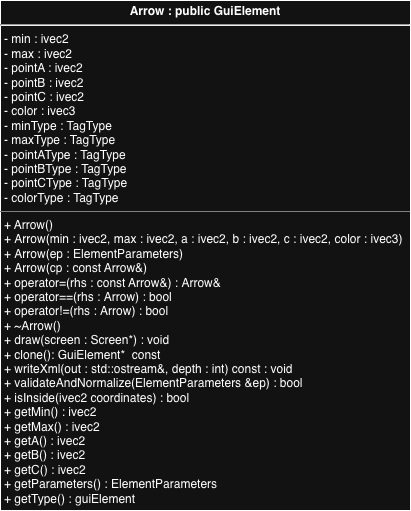
The draw.io diagram images/Arrow_UML.png in cgreen2048/ArtHuddle, before a commit. Source tidied: cells renumbered, new cells last; positions are measured from the earlier drawing's top-left corner, leaving out a move shared by most shapes.
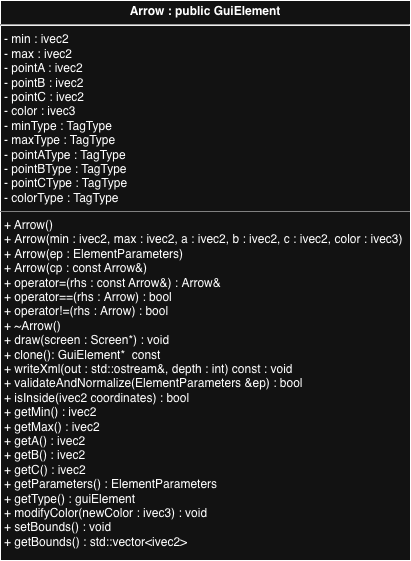
Above is the later version.

What changed in the source:
```diff
@@ -2,8 +2,8 @@
   <root>
     <mxCell id="0" />
     <mxCell id="1" parent="0" />
-    <mxCell id="2" value="&lt;p style=&quot;margin:0px;margin-top:4px;text-align:center;&quot;&gt;&lt;b&gt;Arrow : public GuiElement&lt;/b&gt;&lt;/p&gt;&lt;hr&gt;&lt;p style=&quot;margin:0px;margin-left:4px;&quot;&gt;&lt;span style=&quot;background-color: transparent; color: light-dark(rgb(0, 0, 0), rgb(255, 255, 255));&quot;&gt;- min : ivec2&lt;/span&gt;&lt;/p&gt;&lt;p style=&quot;margin:0px;margin-left:4px;&quot;&gt;&lt;span style=&quot;background-color: transparent; color: light-dark(rgb(0, 0, 0), rgb(255, 255, 255));&quot;&gt;- max : ivec2&lt;/span&gt;&lt;/p&gt;&lt;p style=&quot;margin:0px;margin-left:4px;&quot;&gt;&lt;span style=&quot;background-color: transparent; color: light-dark(rgb(0, 0, 0), rgb(255, 255, 255));&quot;&gt;- pointA : ivec2&lt;/span&gt;&lt;/p&gt;&lt;p style=&quot;margin:0px;margin-left:4px;&quot;&gt;- pointB : ivec2&lt;/p&gt;&lt;p style=&quot;margin:0px;margin-left:4px;&quot;&gt;- pointC : ivec2&lt;/p&gt;&lt;p style=&quot;margin:0px;margin-left:4px;&quot;&gt;- color : ivec3&lt;br&gt;&lt;/p&gt;&lt;p style=&quot;margin:0px;margin-left:4px;&quot;&gt;- minType : TagType&lt;/p&gt;&lt;p style=&quot;margin:0px;margin-left:4px;&quot;&gt;- maxType : TagType&lt;/p&gt;&lt;p style=&quot;margin:0px;margin-left:4px;&quot;&gt;- pointA&lt;span style=&quot;background-color: transparent;&quot;&gt;Type : TagType&lt;/span&gt;&lt;/p&gt;&lt;p style=&quot;margin:0px;margin-left:4px;&quot;&gt;&lt;span style=&quot;white-space: normal;&quot;&gt;- pointBType : TagType&lt;/span&gt;&lt;/p&gt;&lt;p style=&quot;margin:0px;margin-left:4px;&quot;&gt;- pointCType : TagType&lt;/p&gt;&lt;p style=&quot;margin:0px;margin-left:4px;&quot;&gt;&lt;span style=&quot;white-space: normal;&quot;&gt;- colorType : TagType&lt;/span&gt;&lt;/p&gt;&lt;hr size=&quot;1&quot; style=&quot;border-style:solid;&quot;&gt;&lt;p style=&quot;margin:0px;margin-left:4px;&quot;&gt;+ Arrow()&lt;/p&gt;&lt;p style=&quot;margin:0px;margin-left:4px;&quot;&gt;&lt;span style=&quot;background-color: transparent; color: light-dark(rgb(0, 0, 0), rgb(255, 255, 255));&quot;&gt;+&lt;/span&gt;&lt;span style=&quot;background-color: transparent; color: light-dark(rgb(0, 0, 0), rgb(255, 255, 255));&quot;&gt;&amp;nbsp;&lt;/span&gt;Arrow(min : ivec2, max : ivec2, a : ivec2, b : ivec2, c : ivec2, color : ivec3)&lt;/p&gt;&lt;p style=&quot;margin:0px;margin-left:4px;&quot;&gt;&lt;span style=&quot;background-color: transparent; color: light-dark(rgb(0, 0, 0), rgb(255, 255, 255));&quot;&gt;+&lt;/span&gt;&lt;span style=&quot;background-color: transparent; color: light-dark(rgb(0, 0, 0), rgb(255, 255, 255));&quot;&gt;&amp;nbsp;&lt;/span&gt;Arrow(ep : ElementParameters)&lt;/p&gt;&lt;p style=&quot;margin:0px;margin-left:4px;&quot;&gt;&lt;span style=&quot;background-color: transparent; color: light-dark(rgb(0, 0, 0), rgb(255, 255, 255));&quot;&gt;+&lt;/span&gt;&lt;span style=&quot;background-color: transparent; color: light-dark(rgb(0, 0, 0), rgb(255, 255, 255));&quot;&gt;&amp;nbsp;&lt;/span&gt;Arrow(cp :&amp;nbsp;&lt;span style=&quot;background-color: transparent; color: light-dark(rgb(0, 0, 0), rgb(255, 255, 255));&quot;&gt;const Arrow&amp;amp;&lt;/span&gt;&lt;span style=&quot;background-color: transparent; color: light-dark(rgb(0, 0, 0), rgb(255, 255, 255));&quot;&gt;)&lt;/span&gt;&lt;/p&gt;&lt;p style=&quot;margin:0px;margin-left:4px;&quot;&gt;&lt;span style=&quot;background-color: transparent; color: light-dark(rgb(0, 0, 0), rgb(255, 255, 255));&quot;&gt;+&lt;/span&gt;&lt;span style=&quot;background-color: transparent; color: light-dark(rgb(0, 0, 0), rgb(255, 255, 255));&quot;&gt;&amp;nbsp;&lt;/span&gt;&lt;span style=&quot;white-space: normal;&quot;&gt;operator=(rhs :&amp;nbsp;&lt;/span&gt;&lt;span style=&quot;background-color: transparent; color: light-dark(rgb(0, 0, 0), rgb(255, 255, 255));&quot;&gt;const Arrow&amp;amp;&lt;/span&gt;&lt;span style=&quot;background-color: transparent; color: light-dark(rgb(0, 0, 0), rgb(255, 255, 255));&quot;&gt;) :&amp;nbsp;&lt;/span&gt;&lt;span style=&quot;background-color: transparent; color: light-dark(rgb(0, 0, 0), rgb(255, 255, 255));&quot;&gt;Arrow&amp;amp;&lt;/span&gt;&lt;/p&gt;&lt;p style=&quot;margin:0px;margin-left:4px;&quot;&gt;&lt;span style=&quot;background-color: transparent; color: light-dark(rgb(0, 0, 0), rgb(255, 255, 255));&quot;&gt;+&lt;/span&gt;&lt;span style=&quot;background-color: transparent; color: light-dark(rgb(0, 0, 0), rgb(255, 255, 255));&quot;&gt;&amp;nbsp;&lt;/span&gt;&lt;span style=&quot;white-space: normal;&quot;&gt;operator==(rhs :&amp;nbsp;&lt;/span&gt;&lt;span style=&quot;background-color: transparent; color: light-dark(rgb(0, 0, 0), rgb(255, 255, 255));&quot;&gt;Arrow) :&amp;nbsp;&lt;/span&gt;&lt;span style=&quot;background-color: transparent; color: light-dark(rgb(0, 0, 0), rgb(255, 255, 255));&quot;&gt;bool&lt;/span&gt;&lt;/p&gt;&lt;p style=&quot;margin:0px;margin-left:4px;&quot;&gt;&lt;span style=&quot;background-color: transparent; color: light-dark(rgb(0, 0, 0), rgb(255, 255, 255));&quot;&gt;+&lt;/span&gt;&lt;span style=&quot;background-color: transparent; color: light-dark(rgb(0, 0, 0), rgb(255, 255, 255));&quot;&gt;&amp;nbsp;&lt;/span&gt;&lt;span style=&quot;white-space: normal;&quot;&gt;operator!=(rhs :&amp;nbsp;&lt;/span&gt;&lt;span style=&quot;background-color: transparent; color: light-dark(rgb(0, 0, 0), rgb(255, 255, 255));&quot;&gt;Arrow&lt;/span&gt;&lt;span style=&quot;background-color: transparent; color: light-dark(rgb(0, 0, 0), rgb(255, 255, 255));&quot;&gt;) :&amp;nbsp;&lt;/span&gt;&lt;span style=&quot;background-color: transparent; color: light-dark(rgb(0, 0, 0), rgb(255, 255, 255));&quot;&gt;bool&lt;/span&gt;&lt;/p&gt;&lt;p style=&quot;margin:0px;margin-left:4px;&quot;&gt;&lt;span style=&quot;background-color: transparent; color: light-dark(rgb(0, 0, 0), rgb(255, 255, 255));&quot;&gt;+&lt;/span&gt;&lt;span style=&quot;background-color: transparent; color: light-dark(rgb(0, 0, 0), rgb(255, 255, 255));&quot;&gt;&amp;nbsp;&lt;/span&gt;&lt;span style=&quot;white-space: normal;&quot;&gt;~Arrow()&lt;/span&gt;&lt;/p&gt;&lt;p style=&quot;margin:0px;margin-left:4px;&quot;&gt;&lt;span style=&quot;background-color: transparent; color: light-dark(rgb(0, 0, 0), rgb(255, 255, 255));&quot;&gt;+&lt;/span&gt;&lt;span style=&quot;background-color: transparent; color: light-dark(rgb(0, 0, 0), rgb(255, 255, 255));&quot;&gt;&amp;nbsp;&lt;/span&gt;draw(screen :&amp;nbsp;&lt;span style=&quot;background-color: transparent; color: light-dark(rgb(0, 0, 0), rgb(255, 255, 255));&quot;&gt;Screen*&lt;/span&gt;&lt;span style=&quot;background-color: transparent; color: light-dark(rgb(0, 0, 0), rgb(255, 255, 255));&quot;&gt;) : void&lt;/span&gt;&lt;/p&gt;&lt;p style=&quot;margin:0px;margin-left:4px;&quot;&gt;+ clone(): GuiElement*&amp;nbsp; const&amp;nbsp;&lt;span style=&quot;background-color: transparent; color: light-dark(rgb(0, 0, 0), rgb(255, 255, 255));&quot;&gt;&lt;/span&gt;&lt;/p&gt;&lt;p style=&quot;margin:0px;margin-left:4px;&quot;&gt;&lt;span style=&quot;background-color: transparent; color: light-dark(rgb(0, 0, 0), rgb(255, 255, 255));&quot;&gt;+&lt;/span&gt;&lt;span style=&quot;background-color: transparent; color: light-dark(rgb(0, 0, 0), rgb(255, 255, 255));&quot;&gt;&amp;nbsp;&lt;/span&gt;writeXml(out :&amp;nbsp;&lt;span style=&quot;background-color: transparent; color: light-dark(rgb(0, 0, 0), rgb(255, 255, 255));&quot;&gt;std::ostream&amp;amp;&lt;/span&gt;&lt;span style=&quot;background-color: transparent; color: light-dark(rgb(0, 0, 0), rgb(255, 255, 255));&quot;&gt;, depth :&amp;nbsp;&lt;/span&gt;&lt;span style=&quot;background-color: transparent; color: light-dark(rgb(0, 0, 0), rgb(255, 255, 255));&quot;&gt;int&lt;/span&gt;&lt;span style=&quot;background-color: transparent; color: light-dark(rgb(0, 0, 0), rgb(255, 255, 255));&quot;&gt;) const : void&lt;/span&gt;&lt;/p&gt;&lt;p style=&quot;margin:0px;margin-left:4px;&quot;&gt;&lt;span style=&quot;background-color: transparent; color: light-dark(rgb(0, 0, 0), rgb(255, 255, 255));&quot;&gt;+&lt;/span&gt;&lt;span style=&quot;background-color: transparent; color: light-dark(rgb(0, 0, 0), rgb(255, 255, 255));&quot;&gt;&amp;nbsp;&lt;/span&gt;validateAndNormalize(ElementParameters &amp;amp;ep) : boo&lt;span style=&quot;background-color: transparent; color: light-dark(rgb(0, 0, 0), rgb(255, 255, 255));&quot;&gt;l&lt;/span&gt;&lt;/p&gt;&lt;p style=&quot;margin:0px;margin-left:4px;&quot;&gt;&lt;span style=&quot;background-color: transparent; color: light-dark(rgb(0, 0, 0), rgb(255, 255, 255));&quot;&gt;+&lt;/span&gt;&lt;span style=&quot;background-color: transparent; color: light-dark(rgb(0, 0, 0), rgb(255, 255, 255));&quot;&gt;&amp;nbsp;&lt;/span&gt;isInside(ivec2 coordinates) : bool&lt;/p&gt;&lt;p style=&quot;margin:0px;margin-left:4px;&quot;&gt;&lt;span style=&quot;background-color: transparent; color: light-dark(rgb(0, 0, 0), rgb(255, 255, 255));&quot;&gt;+&lt;/span&gt;&lt;span style=&quot;background-color: transparent; color: light-dark(rgb(0, 0, 0), rgb(255, 255, 255));&quot;&gt;&amp;nbsp;&lt;/span&gt;getMin() : ivec2&lt;/p&gt;&lt;p style=&quot;margin:0px;margin-left:4px;&quot;&gt;&lt;span style=&quot;background-color: transparent; color: light-dark(rgb(0, 0, 0), rgb(255, 255, 255));&quot;&gt;+&lt;/span&gt;&lt;span style=&quot;background-color: transparent; color: light-dark(rgb(0, 0, 0), rgb(255, 255, 255));&quot;&gt;&amp;nbsp;&lt;/span&gt;getMax() : ivec2&lt;/p&gt;&lt;p style=&quot;margin:0px;margin-left:4px;&quot;&gt;&lt;span style=&quot;background-color: transparent; color: light-dark(rgb(0, 0, 0), rgb(255, 255, 255));&quot;&gt;+&lt;/span&gt;&lt;span style=&quot;background-color: transparent; color: light-dark(rgb(0, 0, 0), rgb(255, 255, 255));&quot;&gt;&amp;nbsp;&lt;/span&gt;getA() : ivec2&lt;/p&gt;&lt;p style=&quot;margin:0px;margin-left:4px;&quot;&gt;&lt;span style=&quot;background-color: transparent; color: light-dark(rgb(0, 0, 0), rgb(255, 255, 255));&quot;&gt;+&lt;/span&gt;&lt;span style=&quot;background-color: transparent; color: light-dark(rgb(0, 0, 0), rgb(255, 255, 255));&quot;&gt;&amp;nbsp;&lt;/span&gt;getB() : ivec2&lt;/p&gt;&lt;p style=&quot;margin:0px;margin-left:4px;&quot;&gt;&lt;span style=&quot;background-color: transparent;&quot;&gt;&lt;/span&gt;&lt;/p&gt;&lt;p style=&quot;margin:0px;margin-left:4px;&quot;&gt;&lt;span style=&quot;background-color: transparent; color: light-dark(rgb(0, 0, 0), rgb(255, 255, 255));&quot;&gt;+&lt;/span&gt;&lt;span style=&quot;background-color: transparent; color: light-dark(rgb(0, 0, 0), rgb(255, 255, 255));&quot;&gt;&amp;nbsp;&lt;/span&gt;getC() : ivec2&lt;/p&gt;&lt;p style=&quot;margin: 0px 0px 0px 4px;&quot;&gt;&lt;span style=&quot;background-color: transparent;&quot;&gt;+ getParameters() : ElementParameters&lt;/span&gt;&lt;/p&gt;&lt;p style=&quot;margin: 0px 0px 0px 4px;&quot;&gt;&lt;span style=&quot;background-color: transparent;&quot;&gt;+ getType() : guiElement&lt;/span&gt;&lt;/p&gt;" style="verticalAlign=top;align=left;overflow=fill;html=1;whiteSpace=wrap;" parent="1" vertex="1">
-      <mxGeometry width="410" height="510" as="geometry" />
+    <mxCell id="2" value="&lt;p style=&quot;margin:0px;margin-top:4px;text-align:center;&quot;&gt;&lt;b&gt;Arrow : public GuiElement&lt;/b&gt;&lt;/p&gt;&lt;hr&gt;&lt;p style=&quot;margin:0px;margin-left:4px;&quot;&gt;&lt;span style=&quot;background-color: transparent; color: light-dark(rgb(0, 0, 0), rgb(255, 255, 255));&quot;&gt;- min : ivec2&lt;/span&gt;&lt;/p&gt;&lt;p style=&quot;margin:0px;margin-left:4px;&quot;&gt;&lt;span style=&quot;background-color: transparent; color: light-dark(rgb(0, 0, 0), rgb(255, 255, 255));&quot;&gt;- max : ivec2&lt;/span&gt;&lt;/p&gt;&lt;p style=&quot;margin:0px;margin-left:4px;&quot;&gt;&lt;span style=&quot;background-color: transparent; color: light-dark(rgb(0, 0, 0), rgb(255, 255, 255));&quot;&gt;- pointA : ivec2&lt;/span&gt;&lt;/p&gt;&lt;p style=&quot;margin:0px;margin-left:4px;&quot;&gt;- pointB : ivec2&lt;/p&gt;&lt;p style=&quot;margin:0px;margin-left:4px;&quot;&gt;- pointC : ivec2&lt;/p&gt;&lt;p style=&quot;margin:0px;margin-left:4px;&quot;&gt;- color : ivec3&lt;br&gt;&lt;/p&gt;&lt;p style=&quot;margin:0px;margin-left:4px;&quot;&gt;- minType : TagType&lt;/p&gt;&lt;p style=&quot;margin:0px;margin-left:4px;&quot;&gt;- maxType : TagType&lt;/p&gt;&lt;p style=&quot;margin:0px;margin-left:4px;&quot;&gt;- pointA&lt;span style=&quot;background-color: transparent;&quot;&gt;Type : TagType&lt;/span&gt;&lt;/p&gt;&lt;p style=&quot;margin:0px;margin-left:4px;&quot;&gt;&lt;span style=&quot;white-space: normal;&quot;&gt;- pointBType : TagType&lt;/span&gt;&lt;/p&gt;&lt;p style=&quot;margin:0px;margin-left:4px;&quot;&gt;- pointCType : TagType&lt;/p&gt;&lt;p style=&quot;margin:0px;margin-left:4px;&quot;&gt;&lt;span style=&quot;white-space: normal;&quot;&gt;- colorType : TagType&lt;/span&gt;&lt;/p&gt;&lt;hr size=&quot;1&quot; style=&quot;border-style:solid;&quot;&gt;&lt;p style=&quot;margin:0px;margin-left:4px;&quot;&gt;+ Arrow()&lt;/p&gt;&lt;p style=&quot;margin:0px;margin-left:4px;&quot;&gt;&lt;span style=&quot;background-color: transparent; color: light-dark(rgb(0, 0, 0), rgb(255, 255, 255));&quot;&gt;+&lt;/span&gt;&lt;span style=&quot;background-color: transparent; color: light-dark(rgb(0, 0, 0), rgb(255, 255, 255));&quot;&gt;&amp;nbsp;&lt;/span&gt;Arrow(min : ivec2, max : ivec2, a : ivec2, b : ivec2, c : ivec2, color : ivec3)&lt;/p&gt;&lt;p style=&quot;margin:0px;margin-left:4px;&quot;&gt;&lt;span style=&quot;background-color: transparent; color: light-dark(rgb(0, 0, 0), rgb(255, 255, 255));&quot;&gt;+&lt;/span&gt;&lt;span style=&quot;background-color: transparent; color: light-dark(rgb(0, 0, 0), rgb(255, 255, 255));&quot;&gt;&amp;nbsp;&lt;/span&gt;Arrow(ep : ElementParameters)&lt;/p&gt;&lt;p style=&quot;margin:0px;margin-left:4px;&quot;&gt;&lt;span style=&quot;background-color: transparent; color: light-dark(rgb(0, 0, 0), rgb(255, 255, 255));&quot;&gt;+&lt;/span&gt;&lt;span style=&quot;background-color: transparent; color: light-dark(rgb(0, 0, 0), rgb(255, 255, 255));&quot;&gt;&amp;nbsp;&lt;/span&gt;Arrow(cp :&amp;nbsp;&lt;span style=&quot;background-color: transparent; color: light-dark(rgb(0, 0, 0), rgb(255, 255, 255));&quot;&gt;const Arrow&amp;amp;&lt;/span&gt;&lt;span style=&quot;background-color: transparent; color: light-dark(rgb(0, 0, 0), rgb(255, 255, 255));&quot;&gt;)&lt;/span&gt;&lt;/p&gt;&lt;p style=&quot;margin:0px;margin-left:4px;&quot;&gt;&lt;span style=&quot;background-color: transparent; color: light-dark(rgb(0, 0, 0), rgb(255, 255, 255));&quot;&gt;+&lt;/span&gt;&lt;span style=&quot;background-color: transparent; color: light-dark(rgb(0, 0, 0), rgb(255, 255, 255));&quot;&gt;&amp;nbsp;&lt;/span&gt;&lt;span style=&quot;white-space: normal;&quot;&gt;operator=(rhs :&amp;nbsp;&lt;/span&gt;&lt;span style=&quot;background-color: transparent; color: light-dark(rgb(0, 0, 0), rgb(255, 255, 255));&quot;&gt;const Arrow&amp;amp;&lt;/span&gt;&lt;span style=&quot;background-color: transparent; color: light-dark(rgb(0, 0, 0), rgb(255, 255, 255));&quot;&gt;) :&amp;nbsp;&lt;/span&gt;&lt;span style=&quot;background-color: transparent; color: light-dark(rgb(0, 0, 0), rgb(255, 255, 255));&quot;&gt;Arrow&amp;amp;&lt;/span&gt;&lt;/p&gt;&lt;p style=&quot;margin:0px;margin-left:4px;&quot;&gt;&lt;span style=&quot;background-color: transparent; color: light-dark(rgb(0, 0, 0), rgb(255, 255, 255));&quot;&gt;+&lt;/span&gt;&lt;span style=&quot;background-color: transparent; color: light-dark(rgb(0, 0, 0), rgb(255, 255, 255));&quot;&gt;&amp;nbsp;&lt;/span&gt;&lt;span style=&quot;white-space: normal;&quot;&gt;operator==(rhs :&amp;nbsp;&lt;/span&gt;&lt;span style=&quot;background-color: transparent; color: light-dark(rgb(0, 0, 0), rgb(255, 255, 255));&quot;&gt;Arrow) :&amp;nbsp;&lt;/span&gt;&lt;span style=&quot;background-color: transparent; color: light-dark(rgb(0, 0, 0), rgb(255, 255, 255));&quot;&gt;bool&lt;/span&gt;&lt;/p&gt;&lt;p style=&quot;margin:0px;margin-left:4px;&quot;&gt;&lt;span style=&quot;background-color: transparent; color: light-dark(rgb(0, 0, 0), rgb(255, 255, 255));&quot;&gt;+&lt;/span&gt;&lt;span style=&quot;background-color: transparent; color: light-dark(rgb(0, 0, 0), rgb(255, 255, 255));&quot;&gt;&amp;nbsp;&lt;/span&gt;&lt;span style=&quot;white-space: normal;&quot;&gt;operator!=(rhs :&amp;nbsp;&lt;/span&gt;&lt;span style=&quot;background-color: transparent; color: light-dark(rgb(0, 0, 0), rgb(255, 255, 255));&quot;&gt;Arrow&lt;/span&gt;&lt;span style=&quot;background-color: transparent; color: light-dark(rgb(0, 0, 0), rgb(255, 255, 255));&quot;&gt;) :&amp;nbsp;&lt;/span&gt;&lt;span style=&quot;background-color: transparent; color: light-dark(rgb(0, 0, 0), rgb(255, 255, 255));&quot;&gt;bool&lt;/span&gt;&lt;/p&gt;&lt;p style=&quot;margin:0px;margin-left:4px;&quot;&gt;&lt;span style=&quot;background-color: transparent; color: light-dark(rgb(0, 0, 0), rgb(255, 255, 255));&quot;&gt;+&lt;/span&gt;&lt;span style=&quot;background-color: transparent; color: light-dark(rgb(0, 0, 0), rgb(255, 255, 255));&quot;&gt;&amp;nbsp;&lt;/span&gt;&lt;span style=&quot;white-space: normal;&quot;&gt;~Arrow()&lt;/span&gt;&lt;/p&gt;&lt;p style=&quot;margin:0px;margin-left:4px;&quot;&gt;&lt;span style=&quot;background-color: transparent; color: light-dark(rgb(0, 0, 0), rgb(255, 255, 255));&quot;&gt;+&lt;/span&gt;&lt;span style=&quot;background-color: transparent; color: light-dark(rgb(0, 0, 0), rgb(255, 255, 255));&quot;&gt;&amp;nbsp;&lt;/span&gt;draw(screen :&amp;nbsp;&lt;span style=&quot;background-color: transparent; color: light-dark(rgb(0, 0, 0), rgb(255, 255, 255));&quot;&gt;Screen*&lt;/span&gt;&lt;span style=&quot;background-color: transparent; color: light-dark(rgb(0, 0, 0), rgb(255, 255, 255));&quot;&gt;) : void&lt;/span&gt;&lt;/p&gt;&lt;p style=&quot;margin:0px;margin-left:4px;&quot;&gt;+ clone(): GuiElement*&amp;nbsp; const&amp;nbsp;&lt;span style=&quot;background-color: transparent; color: light-dark(rgb(0, 0, 0), rgb(255, 255, 255));&quot;&gt;&lt;/span&gt;&lt;/p&gt;&lt;p style=&quot;margin:0px;margin-left:4px;&quot;&gt;&lt;span style=&quot;background-color: transparent; color: light-dark(rgb(0, 0, 0), rgb(255, 255, 255));&quot;&gt;+&lt;/span&gt;&lt;span style=&quot;background-color: transparent; color: light-dark(rgb(0, 0, 0), rgb(255, 255, 255));&quot;&gt;&amp;nbsp;&lt;/span&gt;writeXml(out :&amp;nbsp;&lt;span style=&quot;background-color: transparent; color: light-dark(rgb(0, 0, 0), rgb(255, 255, 255));&quot;&gt;std::ostream&amp;amp;&lt;/span&gt;&lt;span style=&quot;background-color: transparent; color: light-dark(rgb(0, 0, 0), rgb(255, 255, 255));&quot;&gt;, depth :&amp;nbsp;&lt;/span&gt;&lt;span style=&quot;background-color: transparent; color: light-dark(rgb(0, 0, 0), rgb(255, 255, 255));&quot;&gt;int&lt;/span&gt;&lt;span style=&quot;background-color: transparent; color: light-dark(rgb(0, 0, 0), rgb(255, 255, 255));&quot;&gt;) const : void&lt;/span&gt;&lt;/p&gt;&lt;p style=&quot;margin:0px;margin-left:4px;&quot;&gt;&lt;span style=&quot;background-color: transparent; color: light-dark(rgb(0, 0, 0), rgb(255, 255, 255));&quot;&gt;+&lt;/span&gt;&lt;span style=&quot;background-color: transparent; color: light-dark(rgb(0, 0, 0), rgb(255, 255, 255));&quot;&gt;&amp;nbsp;&lt;/span&gt;validateAndNormalize(ElementParameters &amp;amp;ep) : boo&lt;span style=&quot;background-color: transparent; color: light-dark(rgb(0, 0, 0), rgb(255, 255, 255));&quot;&gt;l&lt;/span&gt;&lt;/p&gt;&lt;p style=&quot;margin:0px;margin-left:4px;&quot;&gt;&lt;span style=&quot;background-color: transparent; color: light-dark(rgb(0, 0, 0), rgb(255, 255, 255));&quot;&gt;+&lt;/span&gt;&lt;span style=&quot;background-color: transparent; color: light-dark(rgb(0, 0, 0), rgb(255, 255, 255));&quot;&gt;&amp;nbsp;&lt;/span&gt;isInside(ivec2 coordinates) : bool&lt;/p&gt;&lt;p style=&quot;margin:0px;margin-left:4px;&quot;&gt;&lt;span style=&quot;background-color: transparent; color: light-dark(rgb(0, 0, 0), rgb(255, 255, 255));&quot;&gt;+&lt;/span&gt;&lt;span style=&quot;background-color: transparent; color: light-dark(rgb(0, 0, 0), rgb(255, 255, 255));&quot;&gt;&amp;nbsp;&lt;/span&gt;getMin() : ivec2&lt;/p&gt;&lt;p style=&quot;margin:0px;margin-left:4px;&quot;&gt;&lt;span style=&quot;background-color: transparent; color: light-dark(rgb(0, 0, 0), rgb(255, 255, 255));&quot;&gt;+&lt;/span&gt;&lt;span style=&quot;background-color: transparent; color: light-dark(rgb(0, 0, 0), rgb(255, 255, 255));&quot;&gt;&amp;nbsp;&lt;/span&gt;getMax() : ivec2&lt;/p&gt;&lt;p style=&quot;margin:0px;margin-left:4px;&quot;&gt;&lt;span style=&quot;background-color: transparent; color: light-dark(rgb(0, 0, 0), rgb(255, 255, 255));&quot;&gt;+&lt;/span&gt;&lt;span style=&quot;background-color: transparent; color: light-dark(rgb(0, 0, 0), rgb(255, 255, 255));&quot;&gt;&amp;nbsp;&lt;/span&gt;getA() : ivec2&lt;/p&gt;&lt;p style=&quot;margin:0px;margin-left:4px;&quot;&gt;&lt;span style=&quot;background-color: transparent; color: light-dark(rgb(0, 0, 0), rgb(255, 255, 255));&quot;&gt;+&lt;/span&gt;&lt;span style=&quot;background-color: transparent; color: light-dark(rgb(0, 0, 0), rgb(255, 255, 255));&quot;&gt;&amp;nbsp;&lt;/span&gt;getB() : ivec2&lt;/p&gt;&lt;p style=&quot;margin:0px;margin-left:4px;&quot;&gt;&lt;span style=&quot;background-color: transparent;&quot;&gt;&lt;/span&gt;&lt;/p&gt;&lt;p style=&quot;margin:0px;margin-left:4px;&quot;&gt;&lt;span style=&quot;background-color: transparent; color: light-dark(rgb(0, 0, 0), rgb(255, 255, 255));&quot;&gt;+&lt;/span&gt;&lt;span style=&quot;background-color: transparent; color: light-dark(rgb(0, 0, 0), rgb(255, 255, 255));&quot;&gt;&amp;nbsp;&lt;/span&gt;getC() : ivec2&lt;/p&gt;&lt;p style=&quot;margin: 0px 0px 0px 4px;&quot;&gt;&lt;span style=&quot;background-color: transparent;&quot;&gt;+ getParameters() : ElementParameters&lt;/span&gt;&lt;/p&gt;&lt;p style=&quot;margin: 0px 0px 0px 4px;&quot;&gt;&lt;span style=&quot;background-color: transparent;&quot;&gt;+ getType() : guiElement&lt;/span&gt;&lt;/p&gt;&lt;p style=&quot;margin: 0px 0px 0px 4px;&quot;&gt;&lt;span style=&quot;background-color: transparent;&quot;&gt;+ modifyColor(newColor : ivec3) : void&lt;/span&gt;&lt;/p&gt;&lt;p style=&quot;margin: 0px 0px 0px 4px;&quot;&gt;&lt;span style=&quot;background-color: transparent;&quot;&gt;+ setBounds() : void&lt;/span&gt;&lt;/p&gt;&lt;p style=&quot;margin: 0px 0px 0px 4px;&quot;&gt;&lt;span style=&quot;background-color: transparent;&quot;&gt;+ getBounds() : std::vector&amp;lt;ivec2&amp;gt;&lt;/span&gt;&lt;/p&gt;" style="verticalAlign=top;align=left;overflow=fill;html=1;whiteSpace=wrap;" parent="1" vertex="1">
+      <mxGeometry width="410" height="560" as="geometry" />
     </mxCell>
   </root>
 </mxGraphModel>
```
